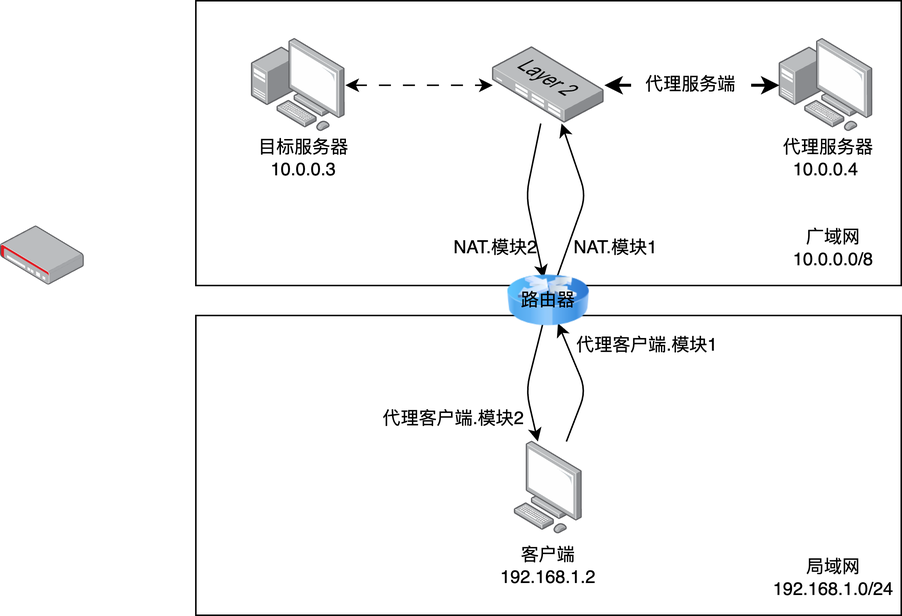
This is proxy_pos.png from N2Sys-EDU/Lab3-Documentation, a draw.io export, as it was before one commit. Source tidied: cells renumbered, new cells last; positions are measured from the earlier drawing's top-left corner, leaving out a move shared by most shapes.
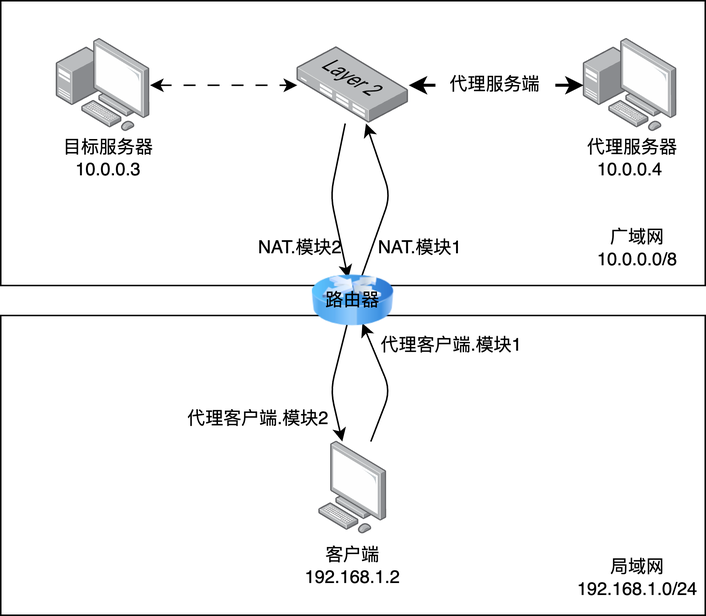
The same diagram one commit later.

Commit message:
Remove unused router VPN element

Change to the diagram source:
```diff
@@ -41,9 +41,6 @@
     <mxCell id="14" style="points=[];html=1;align=center;shadow=0;dashed=0;image;image=img/lib/allied_telesis/switch/Switch_24_port_L2.svg;" parent="1" vertex="1">
       <mxGeometry x="327.8" y="30.9" width="74.4" height="51" as="geometry" />
     </mxCell>
-    <mxCell id="15" style="html=1;align=center;shadow=0;dashed=0;image;image=img/lib/allied_telesis/security/Router_VPN.svg;" parent="1" vertex="1">
-      <mxGeometry y="150.4" width="55.8" height="39.6" as="geometry" />
-    </mxCell>
     <mxCell id="16" style="endArrow=none;startArrow=classic;html=1;strokeWidth=2;" parent="1" edge="1" source="9" target="17">
       <mxGeometry relative="1" as="geometry" />
     </mxCell>
```
